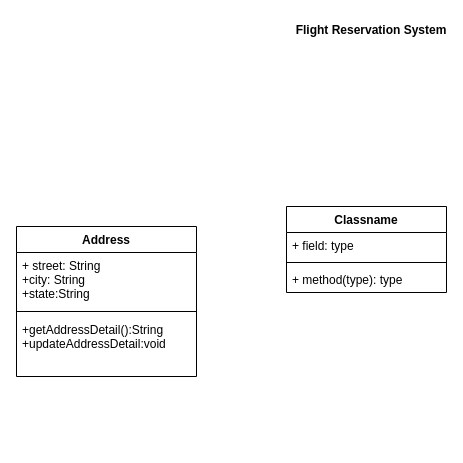
The draw.io diagram FRS.drawio in bhiogade/new-one, before the edit. Source tidied: cells renumbered, new cells numbered last; positions are measured from the earlier drawing's top-left corner, leaving out a move shared by most shapes. Both pictures are drawn from the tidied source at 100%, with x=0, y=0 at pixel (16, 16).
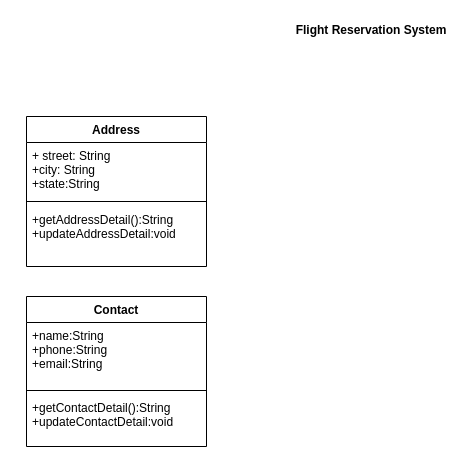
After the change.

Change to the diagram source:
```diff
@@
 <mxGraphModel>
   <root>
     <mxCell id="0" />
     <mxCell id="1" parent="0" />
     <mxCell id="2" value="Address" style="swimlane;fontStyle=1;align=center;verticalAlign=top;horizontal=1;startSize=26;" parent="1" vertex="1">
-      <mxGeometry y="210" width="180" height="150" as="geometry" />
+      <mxGeometry x="10" y="100" width="180" height="150" as="geometry" />
     </mxCell>
     <mxCell id="3" value="+ street: String&#10;+city: String&#10;+state:String" style="text;strokeColor=none;fillColor=none;align=left;verticalAlign=top;spacingLeft=4;spacingRight=4;overflow=hidden;" parent="2" vertex="1">
       <mxGeometry y="26" width="180" height="54" as="geometry" />
     </mxCell>
     <mxCell id="4" style="line;strokeWidth=1;fillColor=none;align=left;verticalAlign=middle;spacingTop=-1;spacingLeft=3;spacingRight=3;labelPosition=right;" parent="2" vertex="1">
       <mxGeometry y="80" width="180" height="10" as="geometry" />
     </mxCell>
     <mxCell id="5" value="+getAddressDetail():String&#10;+updateAddressDetail:void" style="text;strokeColor=none;fillColor=none;align=left;verticalAlign=top;spacingLeft=4;spacingRight=4;overflow=hidden;" parent="2" vertex="1">
       <mxGeometry y="90" width="180" height="60" as="geometry" />
     </mxCell>
     <mxCell id="6" value="Flight Reservation System" style="text;align=center;fontStyle=1;verticalAlign=middle;spacingLeft=3;spacingRight=3;strokeColor=none;" parent="1" vertex="1">
       <mxGeometry x="315" width="80" height="26" as="geometry" />
     </mxCell>
-    <mxCell id="7" value="Classname" style="swimlane;fontStyle=1;align=center;verticalAlign=top;horizontal=1;startSize=26;" parent="1" vertex="1">
-      <mxGeometry x="270" y="190" width="160" height="86" as="geometry" />
+    <mxCell id="7" value="Contact" style="swimlane;fontStyle=1;align=center;verticalAlign=top;horizontal=1;startSize=26;" parent="1" vertex="1">
+      <mxGeometry x="10" y="280" width="180" height="150" as="geometry" />
     </mxCell>
-    <mxCell id="8" value="+ field: type" style="text;strokeColor=none;fillColor=none;align=left;verticalAlign=top;spacingLeft=4;spacingRight=4;overflow=hidden;" parent="7" vertex="1">
-      <mxGeometry y="26" width="160" height="26" as="geometry" />
+    <mxCell id="8" value="+name:String&#10;+phone:String&#10;+email:String" style="text;strokeColor=none;fillColor=none;align=left;verticalAlign=top;spacingLeft=4;spacingRight=4;overflow=hidden;" parent="7" vertex="1">
+      <mxGeometry y="26" width="180" height="64" as="geometry" />
     </mxCell>
     <mxCell id="9" style="line;strokeWidth=1;fillColor=none;align=left;verticalAlign=middle;spacingTop=-1;spacingLeft=3;spacingRight=3;labelPosition=right;" parent="7" vertex="1">
-      <mxGeometry y="52" width="160" height="8" as="geometry" />
+      <mxGeometry y="90" width="180" height="8" as="geometry" />
     </mxCell>
-    <mxCell id="10" value="+ method(type): type" style="text;strokeColor=none;fillColor=none;align=left;verticalAlign=top;spacingLeft=4;spacingRight=4;overflow=hidden;" parent="7" vertex="1">
-      <mxGeometry y="60" width="160" height="26" as="geometry" />
+    <mxCell id="10" value="+getContactDetail():String&#10;+updateContactDetail:void" style="text;strokeColor=none;fillColor=none;align=left;verticalAlign=top;spacingLeft=4;spacingRight=4;overflow=hidden;" parent="7" vertex="1">
+      <mxGeometry y="98" width="180" height="52" as="geometry" />
     </mxCell>
   </root>
 </mxGraphModel>
```
